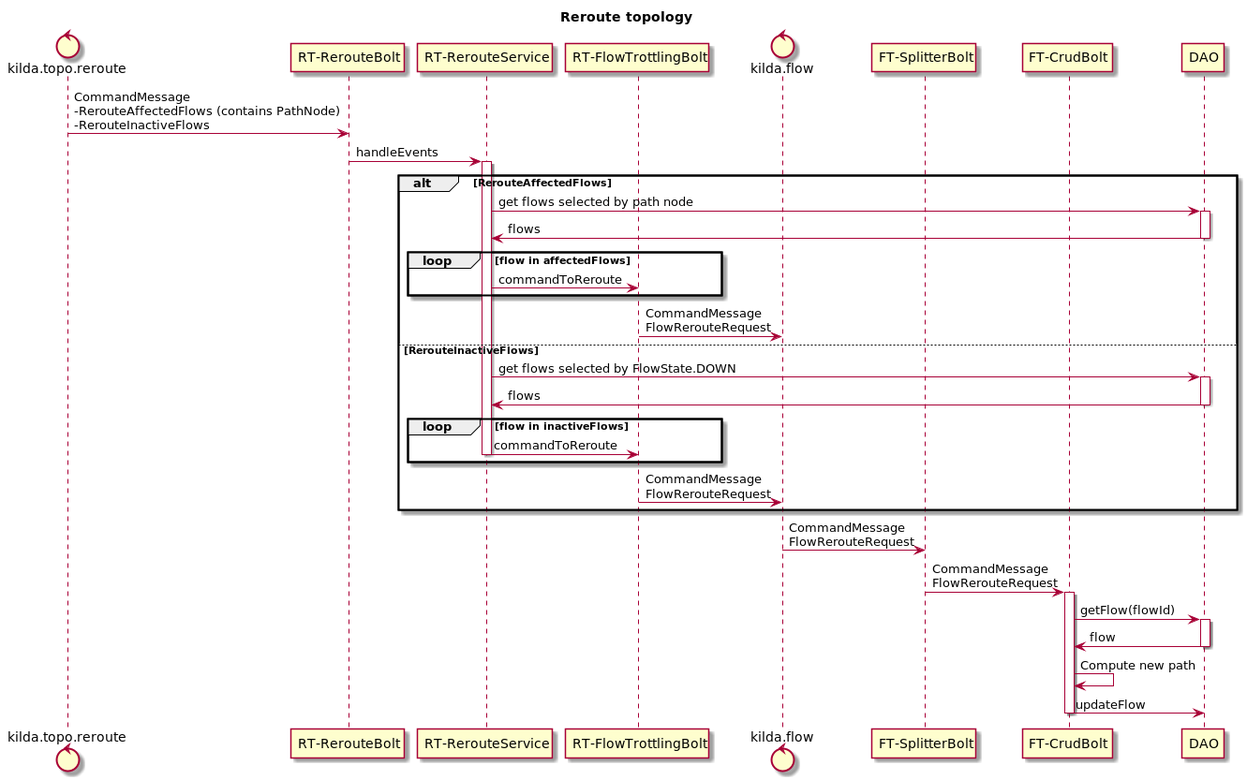
Before: docs/design/solutions/reroute-topology/sequence-reroute-topology.png, a diagram exported from PlantUML (telstra/open-kilda).
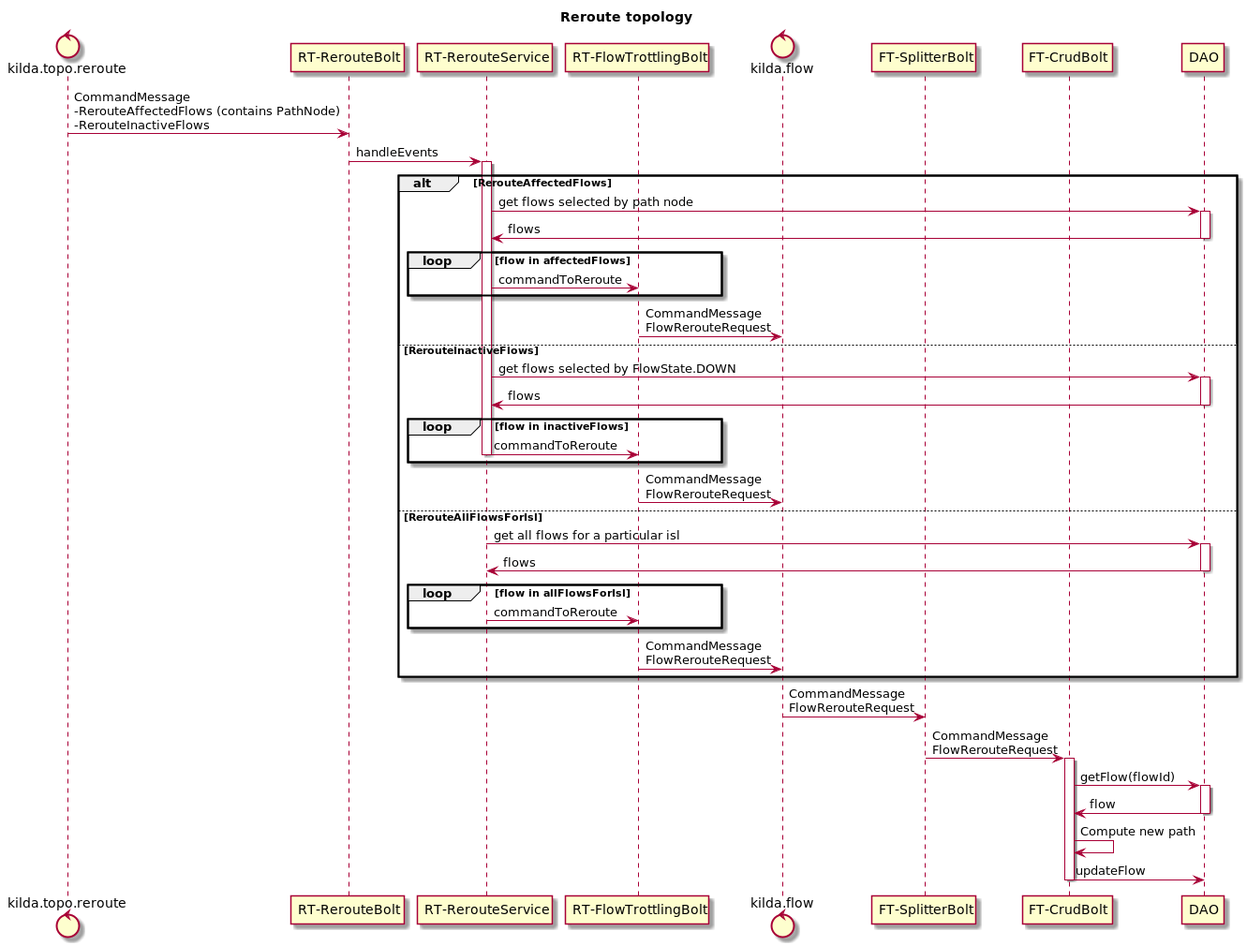
After the change.

Diff of the diagram source:
```diff
@@ -39,6 +39,19 @@
 end
 "RT-FlowTrottlingBolt" -> kilda.flow : CommandMessage\nFlowRerouteRequest
 
+else RerouteAllFlowsForIsl
+
+    "RT-RerouteService" -> DAO : get all flows for a particular isl
+activate DAO
+    DAO -> "RT-RerouteService" : flows
+deactivate DAO
+
+    loop flow in allFlowsForIsl
+        "RT-RerouteService" -> "RT-FlowTrottlingBolt" : commandToReroute
+deactivate "RT-RerouteService"
+end
+"RT-FlowTrottlingBolt" -> kilda.flow : CommandMessage\nFlowRerouteRequest
+
 end
 
 kilda.flow -> "FT-SplitterBolt" : CommandMessage\nFlowRerouteRequest
```
